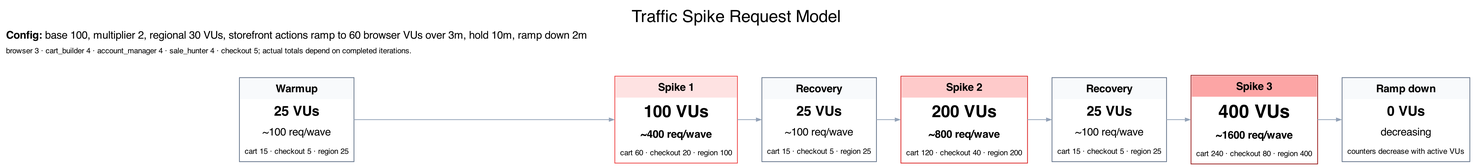
This is docs/graphviz/traffic-spike-request-cards.png from orenlion1/ensemble-retail, a Graphviz export, as it was before one commit. Its source is kept beside it as docs/graphviz/traffic-spike-request-cards.dot.
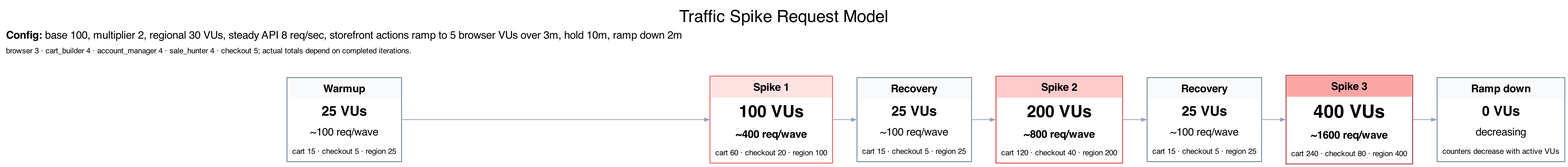
The same file after the commit.

The edit, as a diff of the source:
```diff
@@ -25,7 +25,7 @@
     <TABLE BORDER="1" CELLBORDER="0" CELLSPACING="0" CELLPADDING="6" COLOR="#64748b"><TR><TD BGCOLOR="#f8fafc"><B>Ramp down</B></TD></TR><TR><TD><FONT POINT-SIZE="18"><B>0 VUs</B></FONT></TD></TR><TR><TD>decreasing</TD></TR><TR><TD><FONT POINT-SIZE="10">counters decrease with active VUs</FONT></TD></TR></TABLE>
   >];
   legend [label=<
-    <TABLE BORDER="0" CELLBORDER="0" CELLSPACING="0" CELLPADDING="4"><TR><TD ALIGN="LEFT"><B>Config:</B> base 100, multiplier 2, regional 30 VUs, storefront actions ramp to 60 browser VUs over 3m, hold 10m, ramp down 2m</TD></TR><TR><TD ALIGN="LEFT"><FONT POINT-SIZE="10">browser 3 · cart_builder 4 · account_manager 4 · sale_hunter 4 · checkout 5; actual totals depend on completed iterations.</FONT></TD></TR></TABLE>
+    <TABLE BORDER="0" CELLBORDER="0" CELLSPACING="0" CELLPADDING="4"><TR><TD ALIGN="LEFT"><B>Config:</B> base 100, multiplier 2, regional 30 VUs, steady API 8 req/sec, storefront actions ramp to 5 browser VUs over 3m, hold 10m, ramp down 2m</TD></TR><TR><TD ALIGN="LEFT"><FONT POINT-SIZE="10">browser 3 · cart_builder 4 · account_manager 4 · sale_hunter 4 · checkout 5; actual totals depend on completed iterations.</FONT></TD></TR></TABLE>
   >];
 
   warmup -> spike1 -> recovery1 -> spike2 -> recovery2 -> spike3 -> rampdown;
```
